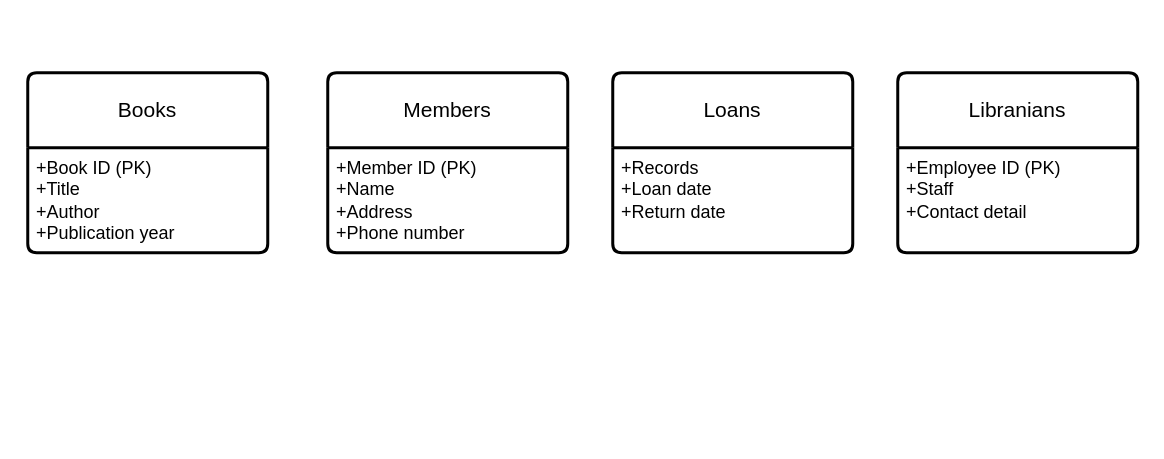
Earlier version of the draw.io diagram library.drawio (Izabeldawson/at1). Source tidied: cells renumbered, new cells numbered last; positions are measured from the earlier drawing's top-left corner, leaving out a move shared by most shapes. Both pictures are drawn from the tidied source at 150%, with x=0, y=0 at pixel (27, 72).
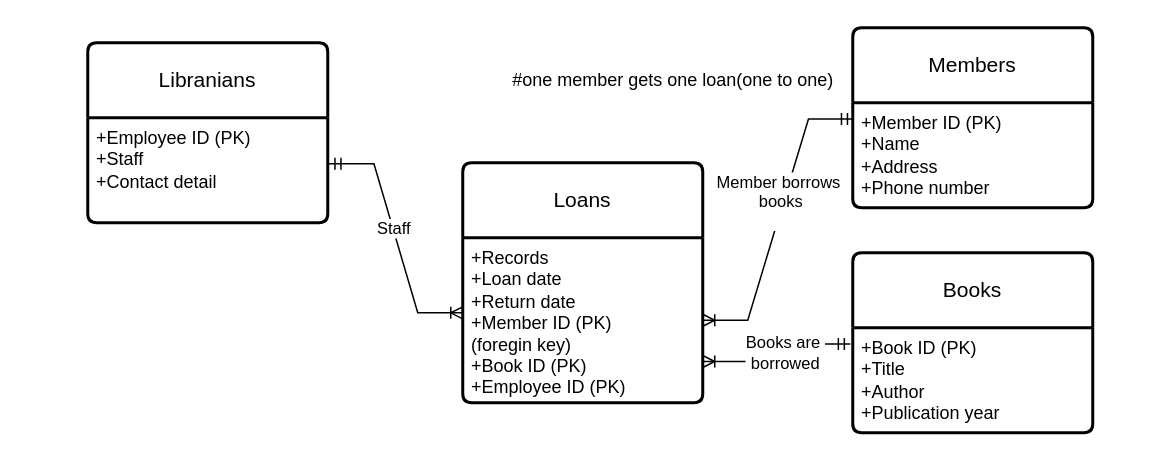
After the change.

The change refers to these unchanged cells:
```xml
<mxCell id="3" value="+Member ID (PK)&lt;div&gt;+Name&lt;/div&gt;&lt;div&gt;+Address&lt;/div&gt;&lt;div&gt;+Phone number&lt;/div&gt;" style="align=left;strokeColor=none;fillColor=none;spacingLeft=4;fontSize=12;verticalAlign=top;html=1;" parent="2" vertex="1">
  <mxGeometry y="50" width="160" height="70" as="geometry" />
</mxCell>
<mxCell id="5" value="+Book ID (PK)&lt;br&gt;+Title&lt;br&gt;+Author&lt;div&gt;+Publication year&lt;/div&gt;" style="align=left;strokeColor=none;fillColor=none;spacingLeft=4;fontSize=12;verticalAlign=top;html=1;" parent="4" vertex="1">
  <mxGeometry y="50" width="160" height="70" as="geometry" />
</mxCell>
<mxCell id="9" value="&lt;div&gt;+Employee ID (PK)&lt;/div&gt;&lt;div&gt;+Staff&lt;br&gt;&lt;/div&gt;&lt;div&gt;+Contact detail&lt;/div&gt;" style="align=left;strokeColor=none;fillColor=none;spacingLeft=4;fontSize=12;verticalAlign=top;html=1;" parent="8" vertex="1">
  <mxGeometry y="50" width="160" height="70" as="geometry" />
</mxCell>
```

Change to the diagram source:
```diff
@@
     <mxCell id="2" value="Members" style="swimlane;horizontal=1;startSize=50;rounded=1;fontSize=14;fontStyle=0;strokeWidth=2;shadow=0;dashed=0;align=center;arcSize=4;whiteSpace=wrap;html=1;" parent="1" vertex="1">
-      <mxGeometry x="200" width="160" height="120" as="geometry" />
+      <mxGeometry x="550" y="-30" width="160" height="120" as="geometry" />
     </mxCell>
@@
     <mxCell id="4" value="Books" style="swimlane;horizontal=1;startSize=50;rounded=1;fontSize=14;fontStyle=0;strokeWidth=2;shadow=0;dashed=0;align=center;arcSize=4;whiteSpace=wrap;html=1;" parent="1" vertex="1">
-      <mxGeometry width="160" height="120" as="geometry" />
+      <mxGeometry x="550" y="120" width="160" height="120" as="geometry" />
     </mxCell>
@@
     <mxCell id="6" value="Loans" style="swimlane;horizontal=1;startSize=50;rounded=1;fontSize=14;fontStyle=0;strokeWidth=2;shadow=0;dashed=0;align=center;arcSize=4;whiteSpace=wrap;html=1;" parent="1" vertex="1">
-      <mxGeometry x="390" width="160" height="120" as="geometry" />
+      <mxGeometry x="290" y="60" width="160" height="160" as="geometry" />
     </mxCell>
-    <mxCell id="7" value="&lt;div&gt;+Records&lt;/div&gt;+Loan date&lt;div&gt;+Return date&lt;/div&gt;" style="align=left;strokeColor=none;fillColor=none;spacingLeft=4;fontSize=12;verticalAlign=top;html=1;" parent="6" vertex="1">
-      <mxGeometry y="50" width="160" height="70" as="geometry" />
+    <mxCell id="7" value="&lt;div&gt;+Records&lt;/div&gt;+Loan date&lt;div&gt;+Return date&lt;/div&gt;&lt;div&gt;+Member ID (PK)&amp;nbsp;&lt;/div&gt;&lt;div&gt;(foregin key)&lt;br&gt;&lt;/div&gt;&lt;div&gt;+Book ID (PK)&lt;br&gt;&lt;/div&gt;&lt;div&gt;&lt;div&gt;+Employee ID (PK)&lt;/div&gt;&lt;/div&gt;&lt;div&gt;&lt;br&gt;&lt;/div&gt;" style="align=left;strokeColor=none;fillColor=none;spacingLeft=4;fontSize=12;verticalAlign=top;html=1;" parent="6" vertex="1">
+      <mxGeometry y="50" width="160" height="110" as="geometry" />
     </mxCell>
     <mxCell id="8" value="Libranians" style="swimlane;horizontal=1;startSize=50;rounded=1;fontSize=14;fontStyle=0;strokeWidth=2;shadow=0;dashed=0;align=center;arcSize=4;whiteSpace=wrap;html=1;" parent="1" vertex="1">
-      <mxGeometry x="580" width="160" height="120" as="geometry" />
+      <mxGeometry x="40" y="-20" width="160" height="120" as="geometry" />
     </mxCell>
@@
+    <mxCell id="10" value="#one member gets one loan(one to one)" style="text;html=1;align=center;verticalAlign=middle;strokeColor=none;fillColor=none;" parent="1" vertex="1">
+      <mxGeometry x="310" y="-10" width="240" height="30" as="geometry" />
+    </mxCell>
+    <mxCell id="11" style="edgeStyle=entityRelationEdgeStyle;fontSize=12;html=1;endArrow=ERoneToMany;startArrow=ERmandOne;rounded=0;entryX=1;entryY=0.5;entryDx=0;entryDy=0;exitX=0.003;exitY=0.154;exitDx=0;exitDy=0;exitPerimeter=0;" parent="1" edge="1" source="3" target="7">
+      <mxGeometry relative="1" as="geometry">
+        <Array as="points">
+          <mxPoint x="460" y="120" />
+        </Array>
+      </mxGeometry>
+    </mxCell>
+    <mxCell id="12" value="Member borrows&amp;nbsp;&lt;div&gt;books&lt;div&gt;&lt;br&gt;&lt;/div&gt;&lt;/div&gt;" style="edgeLabel;html=1;align=center;verticalAlign=middle;" parent="11" vertex="1">
+      <mxGeometry x="-0.12" y="-2" relative="1" as="geometry" />
+    </mxCell>
+    <mxCell id="13" style="edgeStyle=entityRelationEdgeStyle;fontSize=12;html=1;endArrow=ERoneToMany;startArrow=ERmandOne;rounded=0;exitX=-0.01;exitY=0.154;exitDx=0;exitDy=0;exitPerimeter=0;entryX=1;entryY=0.75;entryDx=0;entryDy=0;" parent="1" edge="1" source="5" target="7">
+      <mxGeometry relative="1" as="geometry">
+        <Array as="points">
+          <mxPoint x="420" y="269" />
+          <mxPoint x="490" y="220" />
+        </Array>
+      </mxGeometry>
+    </mxCell>
+    <mxCell id="14" value="Books are&amp;nbsp;&lt;div&gt;borrowed&lt;/div&gt;" style="edgeLabel;html=1;align=center;verticalAlign=middle;" parent="13" vertex="1">
+      <mxGeometry x="-0.11" y="1" relative="1" as="geometry" />
+    </mxCell>
+    <mxCell id="15" style="edgeStyle=entityRelationEdgeStyle;fontSize=12;html=1;endArrow=ERoneToMany;startArrow=ERmandOne;rounded=0;exitX=1.005;exitY=0.438;exitDx=0;exitDy=0;exitPerimeter=0;entryX=0;entryY=0.455;entryDx=0;entryDy=0;entryPerimeter=0;" parent="1" edge="1" source="9" target="7">
+      <mxGeometry relative="1" as="geometry">
+        <Array as="points">
+          <mxPoint x="180" y="210" />
+          <mxPoint x="160" y="170" />
+          <mxPoint x="190" y="200" />
+          <mxPoint x="260" y="40" />
+          <mxPoint x="430" y="279" />
+          <mxPoint x="500" y="230" />
+          <mxPoint x="300" y="197" />
+        </Array>
+      </mxGeometry>
+    </mxCell>
+    <mxCell id="16" value="Staff" style="edgeLabel;html=1;align=center;verticalAlign=middle;" parent="15" vertex="1">
+      <mxGeometry x="-0.08" relative="1" as="geometry" />
+    </mxCell>
```
